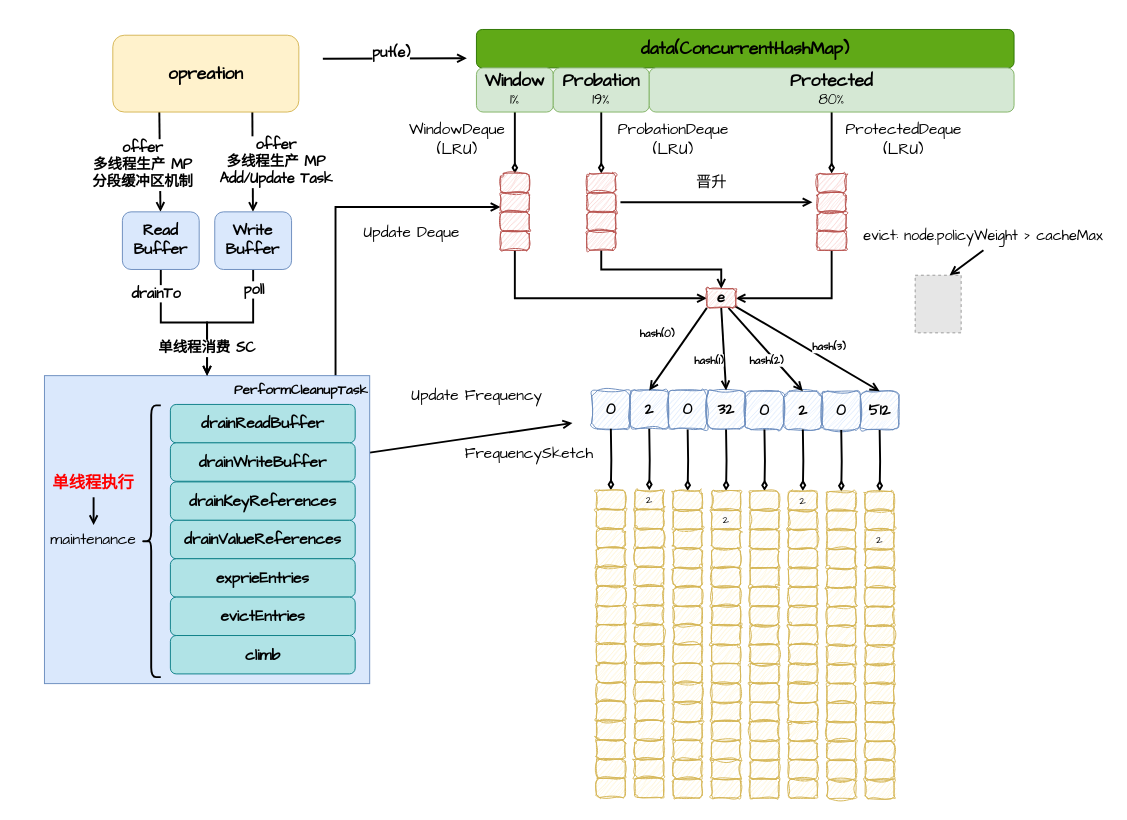
This is page "第 3 页" (3 of 5) of src/main/resources/coffeine/caffeine.drawio from FangYuan33/how-much-do-you-know-about-cache, a draw.io file, before an edit. Source tidied: cells renumbered, new cells numbered last; positions are measured from the earlier drawing's top-left corner, leaving out a move shared by most shapes. Both pictures are drawn from the tidied source at 96%, with x=0, y=0 at pixel (16, 16). Pictures stored in the file or linked from it are replaced by grey dashed boxes.
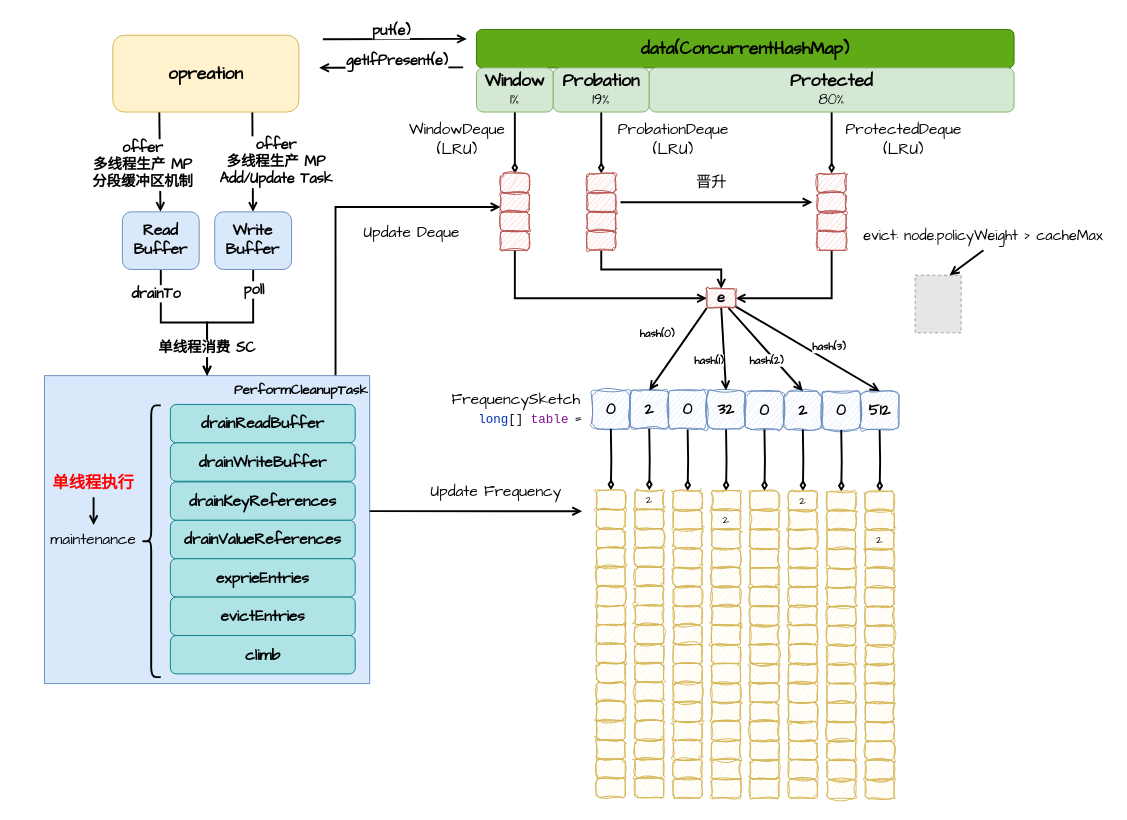
After the change.

Unchanged cells that the change refers to:
```xml
<mxCell id="6" value="&lt;font style=&quot;font-size: 14px;&quot; face=&quot;Comic Sans MS&quot;&gt;&lt;b&gt;PerformCleanupTask&lt;/b&gt;&lt;/font&gt;" style="rounded=0;whiteSpace=wrap;html=1;fontFamily=Helvetica;fontSize=11;labelBackgroundColor=none;fillColor=#dae8fc;strokeColor=#6c8ebf;align=right;verticalAlign=top;horizontal=1;" parent="1" vertex="1">
  <mxGeometry x="28.8" y="373.8" width="338.8" height="320.8" as="geometry" />
</mxCell>
```

Diff of the diagram source:
```diff
@@
-    <mxCell id="5" style="edgeStyle=none;shape=connector;rounded=0;jettySize=auto;html=1;exitX=1;exitY=0.25;exitDx=0;exitDy=0;strokeColor=default;strokeWidth=2;align=center;verticalAlign=middle;fontFamily=Helvetica;fontSize=11;fontColor=default;labelBackgroundColor=default;endArrow=open;endFill=0;" parent="1" edge="1" source="6">
-      <mxGeometry relative="1" as="geometry">
-        <mxPoint x="578.8" y="423.1" as="targetPoint" />
-      </mxGeometry>
-    </mxCell>
@@
-    <mxCell id="33" value="&lt;font face=&quot;Comic Sans MS&quot; style=&quot;font-size: 16px;&quot;&gt;FrequencySketch&lt;/font&gt;" style="text;html=1;strokeColor=none;fillColor=none;align=center;verticalAlign=middle;whiteSpace=wrap;rounded=0;" parent="1" vertex="1">
-      <mxGeometry x="463.8" y="440" width="140" height="30" as="geometry" />
-    </mxCell>
@@
     <mxCell id="187" style="edgeStyle=none;shape=connector;rounded=0;orthogonalLoop=1;jettySize=auto;html=1;strokeColor=default;strokeWidth=2;align=center;verticalAlign=middle;fontFamily=Helvetica;fontSize=11;fontColor=default;labelBackgroundColor=default;endArrow=open;endFill=0;" parent="1" edge="1">
       <mxGeometry relative="1" as="geometry">
-        <mxPoint x="318.8" y="43.7" as="sourcePoint" />
-        <mxPoint x="468.8" y="43.2" as="targetPoint" />
+        <mxPoint x="318.8" y="23.4" as="sourcePoint" />
+        <mxPoint x="468.8" y="23" as="targetPoint" />
       </mxGeometry>
     </mxCell>
     <mxCell id="188" value="&lt;font style=&quot;font-size: 15px;&quot; face=&quot;Comic Sans MS&quot;&gt;&lt;b&gt;put(e)&lt;/b&gt;&lt;/font&gt;" style="edgeLabel;html=1;align=center;verticalAlign=middle;fontFamily=Helvetica;fontSize=11;fontColor=default;labelBackgroundColor=default;" parent="187" vertex="1">
       <mxGeometry x="-0.06" relative="1" as="geometry">
-        <mxPoint y="-7" as="offset" />
+        <mxPoint y="-10" as="offset" />
       </mxGeometry>
     </mxCell>
@@
-    <mxCell id="205" value="&lt;font style=&quot;font-size: 16px;&quot; face=&quot;Comic Sans MS&quot;&gt;Update Frequency&lt;/font&gt;" style="edgeLabel;html=1;align=center;verticalAlign=middle;fontFamily=Helvetica;fontSize=11;fontColor=default;labelBackgroundColor=default;" parent="1" vertex="1">
-      <mxGeometry x="478.8" y="394.2" as="geometry" />
-    </mxCell>
@@
+    <mxCell id="217" style="edgeStyle=none;shape=connector;rounded=0;orthogonalLoop=1;jettySize=auto;html=1;strokeColor=default;strokeWidth=2;align=center;verticalAlign=middle;fontFamily=Helvetica;fontSize=11;fontColor=default;labelBackgroundColor=default;endArrow=none;endFill=0;startArrow=open;startFill=0;" parent="1" edge="1">
+      <mxGeometry relative="1" as="geometry">
+        <mxPoint x="315" y="53.1" as="sourcePoint" />
+        <mxPoint x="465" y="52.7" as="targetPoint" />
+      </mxGeometry>
+    </mxCell>
+    <mxCell id="218" value="&lt;font style=&quot;font-size: 15px;&quot; face=&quot;Comic Sans MS&quot;&gt;&lt;b&gt;getIfPresent(e)&lt;/b&gt;&lt;/font&gt;" style="edgeLabel;html=1;align=center;verticalAlign=middle;fontFamily=Helvetica;fontSize=11;fontColor=default;labelBackgroundColor=default;" parent="217" vertex="1">
+      <mxGeometry x="-0.06" relative="1" as="geometry">
+        <mxPoint x="10" y="-7" as="offset" />
+      </mxGeometry>
+    </mxCell>
+    <mxCell id="219" style="edgeStyle=none;shape=connector;rounded=0;orthogonalLoop=1;jettySize=auto;html=1;exitX=1;exitY=0.25;exitDx=0;exitDy=0;strokeColor=default;strokeWidth=2;align=center;verticalAlign=middle;fontFamily=Helvetica;fontSize=11;fontColor=default;labelBackgroundColor=default;endArrow=open;endFill=0;" parent="1" edge="1">
+      <mxGeometry relative="1" as="geometry">
+        <mxPoint x="367.5" y="514.9" as="sourcePoint" />
+        <mxPoint x="588.8" y="515" as="targetPoint" />
+      </mxGeometry>
+    </mxCell>
+    <mxCell id="220" value="&lt;font face=&quot;Comic Sans MS&quot; style=&quot;font-size: 16px;&quot;&gt;FrequencySketch&amp;nbsp;&lt;/font&gt;&lt;div&gt;&lt;span style=&quot;font-family: &amp;quot;JetBrains Mono&amp;quot;, monospace; font-size: 9.8pt; background-color: rgb(255, 255, 255); color: rgb(0, 51, 179);&quot;&gt;&amp;nbsp; &amp;nbsp;long&lt;/span&gt;&lt;span style=&quot;font-family: &amp;quot;JetBrains Mono&amp;quot;, monospace; font-size: 9.8pt; background-color: rgb(255, 255, 255); color: rgb(8, 8, 8);&quot;&gt;[] &lt;/span&gt;&lt;span style=&quot;font-family: &amp;quot;JetBrains Mono&amp;quot;, monospace; font-size: 9.8pt; background-color: rgb(255, 255, 255); color: rgb(135, 16, 148);&quot;&gt;table&lt;/span&gt;&lt;span style=&quot;background-color: rgb(255, 255, 255); font-size: 16px;&quot;&gt;&lt;font style=&quot;&quot; face=&quot;Comic Sans MS&quot;&gt;&lt;font color=&quot;#871094&quot;&gt;&amp;nbsp;&lt;/font&gt;=&lt;/font&gt;&lt;/span&gt;&lt;/div&gt;" style="text;html=1;strokeColor=none;fillColor=none;align=center;verticalAlign=middle;whiteSpace=wrap;rounded=0;" parent="1" vertex="1">
+      <mxGeometry x="422.5" y="389.2" width="201.2" height="38.8" as="geometry" />
+    </mxCell>
+    <mxCell id="205" value="&lt;font style=&quot;font-size: 16px;&quot; face=&quot;Comic Sans MS&quot;&gt;Update Frequency&lt;/font&gt;" style="edgeLabel;html=1;align=center;verticalAlign=middle;fontFamily=Helvetica;fontSize=11;fontColor=default;labelBackgroundColor=default;" parent="1" vertex="1">
+      <mxGeometry x="498.1" y="494" as="geometry" />
+    </mxCell>
```
